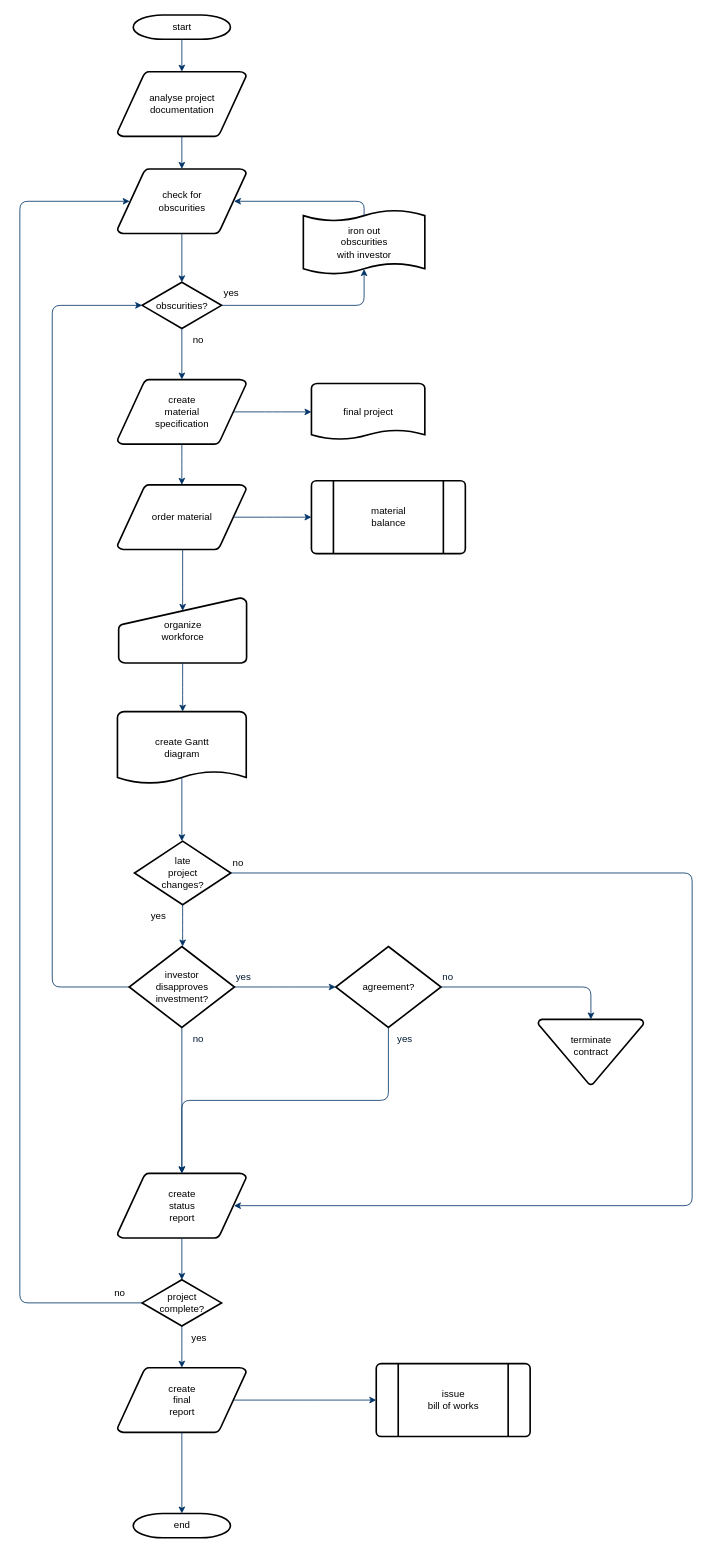
Earlier version of the draw.io diagram Untitled Diagram.drawio (JLanez/Complete-Python-3-Bootcamp). Source tidied: cells renumbered, new cells numbered last; positions are measured from the earlier drawing's top-left corner, leaving out a move shared by most shapes. Both pictures are drawn from the tidied source at 81%, with x=0, y=0 at pixel (19, 15).
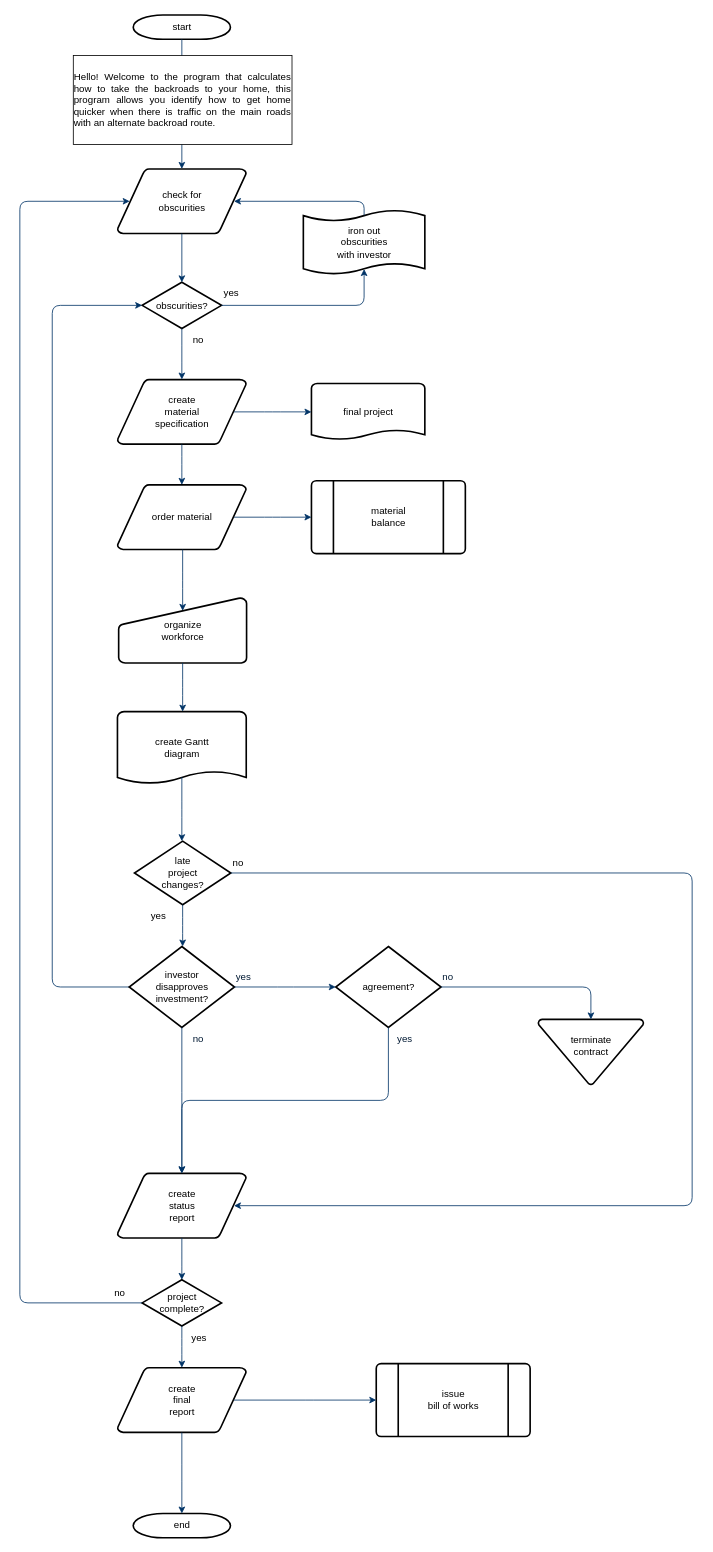
The same diagram, later.

The change refers to these unchanged cells:
```xml
<mxCell id="2" value="start" style="shape=mxgraph.flowchart.terminator;strokeWidth=2;gradientColor=none;gradientDirection=north;fontStyle=0;html=1;" parent="1" vertex="1">
  <mxGeometry x="140" width="120" height="30" as="geometry" />
</mxCell>
<mxCell id="5" value="check for&#10;obscurities" style="shape=mxgraph.flowchart.data;strokeWidth=2;gradientColor=none;gradientDirection=north;fontStyle=0;html=1;" parent="1" vertex="1">
  <mxGeometry x="120.5" y="190" width="159" height="80" as="geometry" />
</mxCell>
```

Diff of the diagram source:
```diff
@@
-    <mxCell id="3" value="analyse project&#10; documentation" style="shape=mxgraph.flowchart.data;strokeWidth=2;gradientColor=none;gradientDirection=north;fontStyle=0;html=1;" parent="1" vertex="1">
-      <mxGeometry x="120.5" y="70" width="159" height="80" as="geometry" />
-    </mxCell>
@@
-    <mxCell id="7" style="fontStyle=1;strokeColor=#003366;strokeWidth=1;html=1;" parent="1" edge="1" source="2" target="3">
-      <mxGeometry relative="1" as="geometry" />
+    <mxCell id="7" style="fontStyle=1;strokeColor=#003366;strokeWidth=1;html=1;" parent="1" edge="1" source="2">
+      <mxGeometry relative="1" as="geometry">
+        <mxPoint x="200" y="70" as="targetPoint" />
+      </mxGeometry>
     </mxCell>
-    <mxCell id="8" style="fontStyle=1;strokeColor=#003366;strokeWidth=1;html=1;" parent="1" edge="1" source="3" target="5">
-      <mxGeometry relative="1" as="geometry" />
+    <mxCell id="8" style="fontStyle=1;strokeColor=#003366;strokeWidth=1;html=1;" parent="1" edge="1" target="5">
+      <mxGeometry relative="1" as="geometry">
+        <mxPoint x="200" y="150" as="sourcePoint" />
+      </mxGeometry>
     </mxCell>
@@
+    <mxCell id="56" value="&lt;br&gt;  &lt;br&gt; &lt;br&gt;&lt;div style=&quot;text-align: justify;&quot;&gt;&lt;span style=&quot;background-color: initial;&quot;&gt;Hello! Welcome to the program that calculates how to take the backroads to&amp;nbsp;&lt;/span&gt;&lt;span style=&quot;background-color: initial;&quot;&gt;your home, this program allows you identify how to get home quicker when there is&amp;nbsp;&lt;/span&gt;&lt;span style=&quot;background-color: initial;&quot;&gt;traffic on the main roads with an alternate backroad route.&amp;nbsp;&lt;/span&gt;&lt;/div&gt;&lt;div style=&quot;line-height: 120%;&quot; title=&quot;Page 1&quot; class=&quot;page&quot;&gt;&lt;div class=&quot;layoutArea&quot;&gt;&lt;div class=&quot;column&quot;&gt;&lt;br&gt;    &lt;/div&gt;&lt;br&gt;   &lt;/div&gt;&lt;br&gt;  &lt;/div&gt;" style="rounded=0;whiteSpace=wrap;html=1;align=center;labelPosition=center;verticalLabelPosition=middle;verticalAlign=middle;" parent="1" vertex="1">
+      <mxGeometry x="66" y="50" width="270" height="110" as="geometry" />
+    </mxCell>
```
